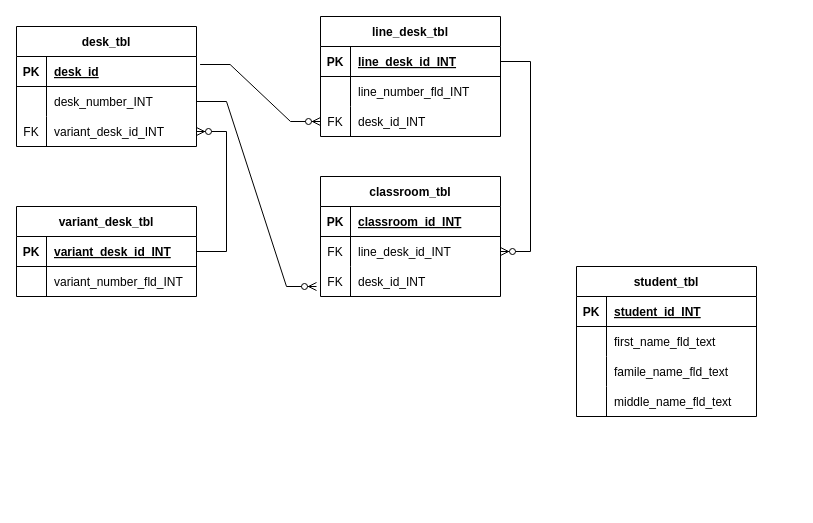
This is Диаграмма без названия.drawio from Aigul240284/-1.-, a draw.io file, before an edit. Source tidied: cells renumbered, new cells numbered last; positions are measured from the earlier drawing's top-left corner, leaving out a move shared by most shapes. Both pictures are drawn from the tidied source at 100%, with x=0, y=0 at pixel (16, 16).
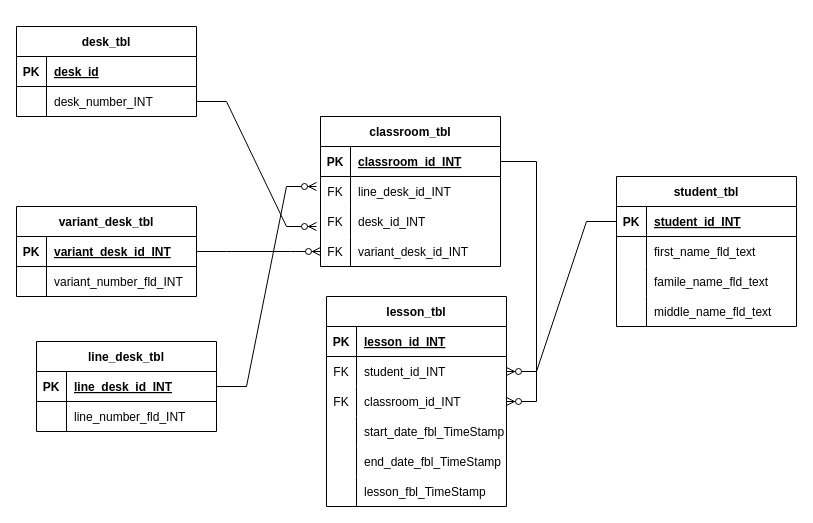
Above is the later version.

The change refers to these unchanged cells:
```xml
<mxCell id="3" style="shape=tableRow;horizontal=0;startSize=0;swimlaneHead=0;swimlaneBody=0;fillColor=none;points=[[0,0.5],[1,0.5]];portConstraint=eastwest;top=0;left=0;right=0;bottom=1;" parent="2" vertex="1">
  <mxGeometry y="30" width="180" height="30" as="geometry" />
</mxCell>
<mxCell id="6" style="shape=tableRow;horizontal=0;startSize=0;swimlaneHead=0;swimlaneBody=0;fillColor=none;points=[[0,0.5],[1,0.5]];portConstraint=eastwest;top=0;left=0;right=0;bottom=0;" parent="2" vertex="1">
  <mxGeometry y="60" width="180" height="30" as="geometry" />
</mxCell>
<mxCell id="13" style="shape=tableRow;horizontal=0;startSize=0;swimlaneHead=0;swimlaneBody=0;fillColor=none;points=[[0,0.5],[1,0.5]];portConstraint=eastwest;top=0;left=0;right=0;bottom=1;" parent="12" vertex="1">
  <mxGeometry y="30" width="180" height="30" as="geometry" />
</mxCell>
<mxCell id="16" style="shape=tableRow;horizontal=0;startSize=0;swimlaneHead=0;swimlaneBody=0;fillColor=none;points=[[0,0.5],[1,0.5]];portConstraint=eastwest;top=0;left=0;right=0;bottom=0;" parent="12" vertex="1">
  <mxGeometry y="60" width="180" height="30" as="geometry" />
</mxCell>
<mxCell id="23" style="shape=tableRow;horizontal=0;startSize=0;swimlaneHead=0;swimlaneBody=0;fillColor=none;points=[[0,0.5],[1,0.5]];portConstraint=eastwest;top=0;left=0;right=0;bottom=1;" parent="22" vertex="1">
  <mxGeometry y="30" width="180" height="30" as="geometry" />
</mxCell>
<mxCell id="33" style="shape=tableRow;horizontal=0;startSize=0;swimlaneHead=0;swimlaneBody=0;fillColor=none;points=[[0,0.5],[1,0.5]];portConstraint=eastwest;top=0;left=0;right=0;bottom=1;" parent="32" vertex="1">
  <mxGeometry y="30" width="180" height="30" as="geometry" />
</mxCell>
<mxCell id="40" style="shape=tableRow;horizontal=0;startSize=0;swimlaneHead=0;swimlaneBody=0;fillColor=none;points=[[0,0.5],[1,0.5]];portConstraint=eastwest;top=0;left=0;right=0;bottom=1;" parent="39" vertex="1">
  <mxGeometry y="30" width="180" height="30" as="geometry" />
</mxCell>
```

Diff of the diagram source:
```diff
@@
     <mxCell id="2" value="classroom_tbl" style="shape=table;startSize=30;childLayout=tableLayout;rowLines=0;fontStyle=1;align=center;" parent="1" vertex="1">
-      <mxGeometry x="304" y="160" width="180" height="120" as="geometry" />
+      <mxGeometry x="304" y="100" width="180" height="150" as="geometry" />
     </mxCell>
@@
+    <mxCell id="56" style="shape=tableRow;horizontal=0;startSize=0;swimlaneHead=0;swimlaneBody=0;fillColor=none;points=[[0,0.5],[1,0.5]];portConstraint=eastwest;top=0;left=0;right=0;bottom=0;" parent="2" vertex="1">
+      <mxGeometry y="120" width="180" height="30" as="geometry" />
+    </mxCell>
+    <mxCell id="57" value="FK" style="shape=partialRectangle;fillColor=none;top=0;left=0;bottom=0;right=0;overflow=hidden;" parent="56" vertex="1">
+      <mxGeometry width="30" height="30" as="geometry" />
+    </mxCell>
+    <mxCell id="21" value="variant_desk_id_INT" style="shape=partialRectangle;fillColor=none;top=0;left=0;bottom=0;right=0;align=left;spacingLeft=6;overflow=hidden;" parent="56" vertex="1">
+      <mxGeometry x="30" width="150" height="30" as="geometry" />
+    </mxCell>
     <mxCell id="12" value="desk_tbl" style="shape=table;startSize=30;childLayout=tableLayout;rowLines=0;fontStyle=1;align=center;" parent="1" vertex="1">
-      <mxGeometry y="10" width="180" height="120" as="geometry" />
+      <mxGeometry y="10" width="180" height="90" as="geometry" />
     </mxCell>
@@
-    <mxCell id="19" style="shape=tableRow;horizontal=0;startSize=0;swimlaneHead=0;swimlaneBody=0;fillColor=none;points=[[0,0.5],[1,0.5]];portConstraint=eastwest;top=0;left=0;right=0;bottom=0;" parent="12" vertex="1">
-      <mxGeometry y="90" width="180" height="30" as="geometry" />
-    </mxCell>
-    <mxCell id="20" value="FK" style="shape=partialRectangle;fillColor=none;top=0;left=0;bottom=0;right=0;overflow=hidden;" parent="19" vertex="1">
-      <mxGeometry width="30" height="30" as="geometry" />
-    </mxCell>
-    <mxCell id="21" value="variant_desk_id_INT" style="shape=partialRectangle;fillColor=none;top=0;left=0;bottom=0;right=0;align=left;spacingLeft=6;overflow=hidden;" parent="19" vertex="1">
-      <mxGeometry x="30" width="150" height="30" as="geometry" />
-    </mxCell>
     <mxCell id="22" value="line_desk_tbl" style="shape=table;startSize=30;childLayout=tableLayout;rowLines=0;fontStyle=1;align=center;" parent="1" vertex="1">
-      <mxGeometry x="304" width="180" height="120" as="geometry" />
+      <mxGeometry x="20" y="325" width="180" height="90" as="geometry" />
     </mxCell>
@@
-    <mxCell id="29" style="shape=tableRow;horizontal=0;startSize=0;swimlaneHead=0;swimlaneBody=0;fillColor=none;points=[[0,0.5],[1,0.5]];portConstraint=eastwest;top=0;left=0;right=0;bottom=0;" parent="22" vertex="1">
-      <mxGeometry y="90" width="180" height="30" as="geometry" />
-    </mxCell>
-    <mxCell id="30" value="FK" style="shape=partialRectangle;fillColor=none;top=0;left=0;bottom=0;right=0;overflow=hidden;" parent="29" vertex="1">
-      <mxGeometry width="30" height="30" as="geometry" />
-    </mxCell>
-    <mxCell id="31" value="desk_id_INT" style="shape=partialRectangle;fillColor=none;top=0;left=0;bottom=0;right=0;align=left;spacingLeft=6;overflow=hidden;" parent="29" vertex="1">
-      <mxGeometry x="30" width="150" height="30" as="geometry" />
-    </mxCell>
@@
     <mxCell id="39" value="student_tbl" style="shape=table;startSize=30;childLayout=tableLayout;rowLines=0;fontStyle=1;align=center;" parent="1" vertex="1">
-      <mxGeometry x="560" y="250" width="180" height="150" as="geometry" />
+      <mxGeometry x="600" y="160" width="180" height="150" as="geometry" />
     </mxCell>
@@
-    <mxCell id="52" style="edgeStyle=entityRelationEdgeStyle;fontSize=12;html=1;endArrow=ERzeroToMany;endFill=1;rounded=0;exitX=1;exitY=0.5;exitDx=0;exitDy=0;entryX=1;entryY=0.5;entryDx=0;entryDy=0;" parent="1" edge="1" source="33" target="19">
-      <mxGeometry relative="1" as="geometry" />
-    </mxCell>
-    <mxCell id="53" style="edgeStyle=entityRelationEdgeStyle;fontSize=12;html=1;endArrow=ERzeroToMany;endFill=1;rounded=0;exitX=1.02;exitY=0.267;exitDx=0;exitDy=0;exitPerimeter=0;entryX=0;entryY=0.5;entryDx=0;entryDy=0;" parent="1" edge="1" source="13" target="29">
-      <mxGeometry relative="1" as="geometry" />
-    </mxCell>
-    <mxCell id="54" style="edgeStyle=entityRelationEdgeStyle;fontSize=12;html=1;endArrow=ERzeroToMany;endFill=1;rounded=0;exitX=1;exitY=0.5;exitDx=0;exitDy=0;entryX=1;entryY=0.5;entryDx=0;entryDy=0;" parent="1" edge="1" source="23" target="6">
-      <mxGeometry relative="1" as="geometry" />
-    </mxCell>
     <mxCell id="55" style="edgeStyle=entityRelationEdgeStyle;fontSize=12;html=1;endArrow=ERzeroToMany;endFill=1;rounded=0;exitX=1;exitY=0.5;exitDx=0;exitDy=0;" parent="1" edge="1" source="16">
       <mxGeometry relative="1" as="geometry">
-        <mxPoint x="300" y="270" as="targetPoint" />
+        <mxPoint x="300" y="210" as="targetPoint" />
       </mxGeometry>
     </mxCell>
+    <mxCell id="58" style="edgeStyle=entityRelationEdgeStyle;fontSize=12;html=1;endArrow=ERzeroToMany;endFill=1;rounded=0;exitX=1;exitY=0.5;exitDx=0;exitDy=0;entryX=0;entryY=0.5;entryDx=0;entryDy=0;" parent="1" edge="1" source="33" target="56">
+      <mxGeometry relative="1" as="geometry" />
+    </mxCell>
+    <mxCell id="59" value="lesson_tbl" style="shape=table;startSize=30;childLayout=tableLayout;rowLines=0;fontStyle=1;align=center;" parent="1" vertex="1">
+      <mxGeometry x="310" y="280" width="180" height="210" as="geometry" />
+    </mxCell>
+    <mxCell id="60" style="shape=tableRow;horizontal=0;startSize=0;swimlaneHead=0;swimlaneBody=0;fillColor=none;top=0;left=0;right=0;bottom=1;" parent="59" vertex="1">
+      <mxGeometry y="30" width="180" height="30" as="geometry" />
+    </mxCell>
+    <mxCell id="61" value="PK" style="shape=partialRectangle;fillColor=none;top=0;left=0;bottom=0;right=0;fontStyle=1;overflow=hidden;" parent="60" vertex="1">
+      <mxGeometry width="30" height="30" as="geometry" />
+    </mxCell>
+    <mxCell id="62" value="lesson_id_INT" style="shape=partialRectangle;fillColor=none;top=0;left=0;bottom=0;right=0;align=left;spacingLeft=6;fontStyle=5;overflow=hidden;" parent="60" vertex="1">
+      <mxGeometry x="30" width="150" height="30" as="geometry" />
+    </mxCell>
+    <mxCell id="63" style="shape=tableRow;horizontal=0;startSize=0;swimlaneHead=0;swimlaneBody=0;fillColor=none;points=[[0,0.5],[1,0.5]];portConstraint=eastwest;top=0;left=0;right=0;bottom=0;" parent="59" vertex="1">
+      <mxGeometry y="60" width="180" height="30" as="geometry" />
+    </mxCell>
+    <mxCell id="64" value="FK" style="shape=partialRectangle;fillColor=none;top=0;left=0;bottom=0;right=0;overflow=hidden;" parent="63" vertex="1">
+      <mxGeometry width="30" height="30" as="geometry" />
+    </mxCell>
+    <mxCell id="65" value="student_id_INT" style="shape=partialRectangle;fillColor=none;top=0;left=0;bottom=0;right=0;align=left;spacingLeft=6;overflow=hidden;" parent="63" vertex="1">
+      <mxGeometry x="30" width="150" height="30" as="geometry" />
+    </mxCell>
+    <mxCell id="66" style="shape=tableRow;horizontal=0;startSize=0;swimlaneHead=0;swimlaneBody=0;fillColor=none;points=[[0,0.5],[1,0.5]];portConstraint=eastwest;top=0;left=0;right=0;bottom=0;" parent="59" vertex="1">
+      <mxGeometry y="90" width="180" height="30" as="geometry" />
+    </mxCell>
+    <mxCell id="67" value="FK" style="shape=partialRectangle;fillColor=none;top=0;left=0;bottom=0;right=0;overflow=hidden;" parent="66" vertex="1">
+      <mxGeometry width="30" height="30" as="geometry" />
+    </mxCell>
+    <mxCell id="68" value="classroom_id_INT" style="shape=partialRectangle;fillColor=none;top=0;left=0;bottom=0;right=0;align=left;spacingLeft=6;overflow=hidden;" parent="66" vertex="1">
+      <mxGeometry x="30" width="150" height="30" as="geometry" />
+    </mxCell>
+    <mxCell id="69" style="shape=tableRow;horizontal=0;startSize=0;swimlaneHead=0;swimlaneBody=0;fillColor=none;top=0;left=0;right=0;bottom=0;" parent="59" vertex="1">
+      <mxGeometry y="120" width="180" height="30" as="geometry" />
+    </mxCell>
+    <mxCell id="70" style="shape=partialRectangle;fillColor=none;top=0;left=0;bottom=0;right=0;overflow=hidden;" parent="69" vertex="1">
+      <mxGeometry width="30" height="30" as="geometry" />
+    </mxCell>
+    <mxCell id="71" value="start_date_fbl_TimeStamp" style="shape=partialRectangle;fillColor=none;top=0;left=0;bottom=0;right=0;align=left;spacingLeft=6;overflow=hidden;" parent="69" vertex="1">
+      <mxGeometry x="30" width="150" height="30" as="geometry" />
+    </mxCell>
+    <mxCell id="72" style="shape=tableRow;horizontal=0;startSize=0;swimlaneHead=0;swimlaneBody=0;fillColor=none;top=0;left=0;right=0;bottom=0;" parent="59" vertex="1">
+      <mxGeometry y="150" width="180" height="30" as="geometry" />
+    </mxCell>
+    <mxCell id="73" style="shape=partialRectangle;fillColor=none;top=0;left=0;bottom=0;right=0;overflow=hidden;" parent="72" vertex="1">
+      <mxGeometry width="30" height="30" as="geometry" />
+    </mxCell>
+    <mxCell id="74" value="end_date_fbl_TimeStamp" style="shape=partialRectangle;fillColor=none;top=0;left=0;bottom=0;right=0;align=left;spacingLeft=6;overflow=hidden;" parent="72" vertex="1">
+      <mxGeometry x="30" width="150" height="30" as="geometry" />
+    </mxCell>
+    <mxCell id="75" style="shape=tableRow;horizontal=0;startSize=0;swimlaneHead=0;swimlaneBody=0;fillColor=none;top=0;left=0;right=0;bottom=0;" parent="59" vertex="1">
+      <mxGeometry y="180" width="180" height="30" as="geometry" />
+    </mxCell>
+    <mxCell id="76" style="shape=partialRectangle;fillColor=none;top=0;left=0;bottom=0;right=0;overflow=hidden;" parent="75" vertex="1">
+      <mxGeometry width="30" height="30" as="geometry" />
+    </mxCell>
+    <mxCell id="77" value="lesson_fbl_TimeStamp" style="shape=partialRectangle;fillColor=none;top=0;left=0;bottom=0;right=0;align=left;spacingLeft=6;overflow=hidden;" parent="75" vertex="1">
+      <mxGeometry x="30" width="150" height="30" as="geometry" />
+    </mxCell>
+    <mxCell id="78" style="edgeStyle=entityRelationEdgeStyle;fontSize=12;html=1;endArrow=ERzeroToMany;endFill=1;rounded=0;exitX=0;exitY=0.5;exitDx=0;exitDy=0;entryX=1;entryY=0.5;entryDx=0;entryDy=0;" parent="1" edge="1" source="40" target="63">
+      <mxGeometry relative="1" as="geometry" />
+    </mxCell>
+    <mxCell id="79" style="edgeStyle=entityRelationEdgeStyle;fontSize=12;html=1;endArrow=ERzeroToMany;endFill=1;rounded=0;exitX=1;exitY=0.5;exitDx=0;exitDy=0;" parent="1" edge="1" source="3" target="66">
+      <mxGeometry relative="1" as="geometry" />
+    </mxCell>
+    <mxCell id="80" style="edgeStyle=entityRelationEdgeStyle;fontSize=12;html=1;endArrow=ERzeroToMany;endFill=1;rounded=0;exitX=1;exitY=0.5;exitDx=0;exitDy=0;" parent="1" edge="1" source="23">
+      <mxGeometry relative="1" as="geometry">
+        <mxPoint x="300" y="170" as="targetPoint" />
+      </mxGeometry>
+    </mxCell>
```
